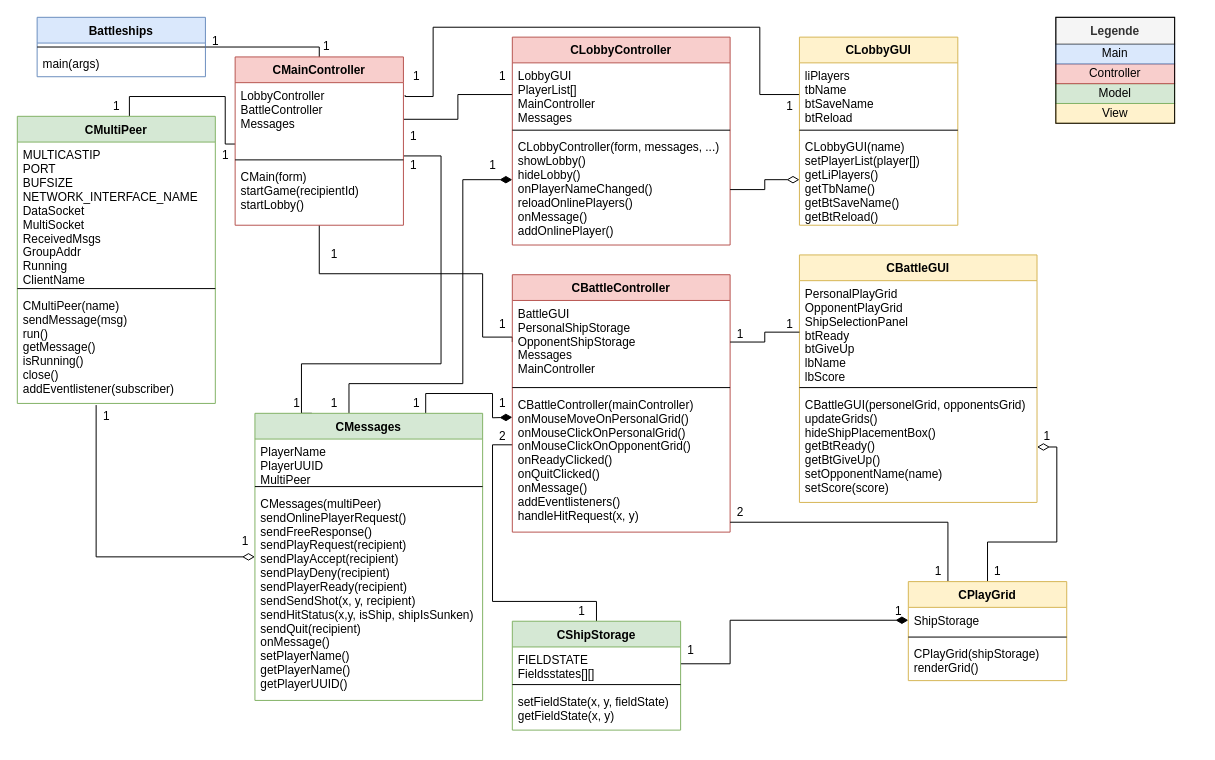
Earlier version of the draw.io diagram planning/Schiffeversenken-Klassendiagramm.drawio (AlexRomberg/Schiffeversenken). Source tidied: cells renumbered, new cells numbered last; positions are measured from the earlier drawing's top-left corner, leaving out a move shared by most shapes. Both pictures are drawn from the tidied source at 99%, with x=0, y=0 at pixel (17, 17).
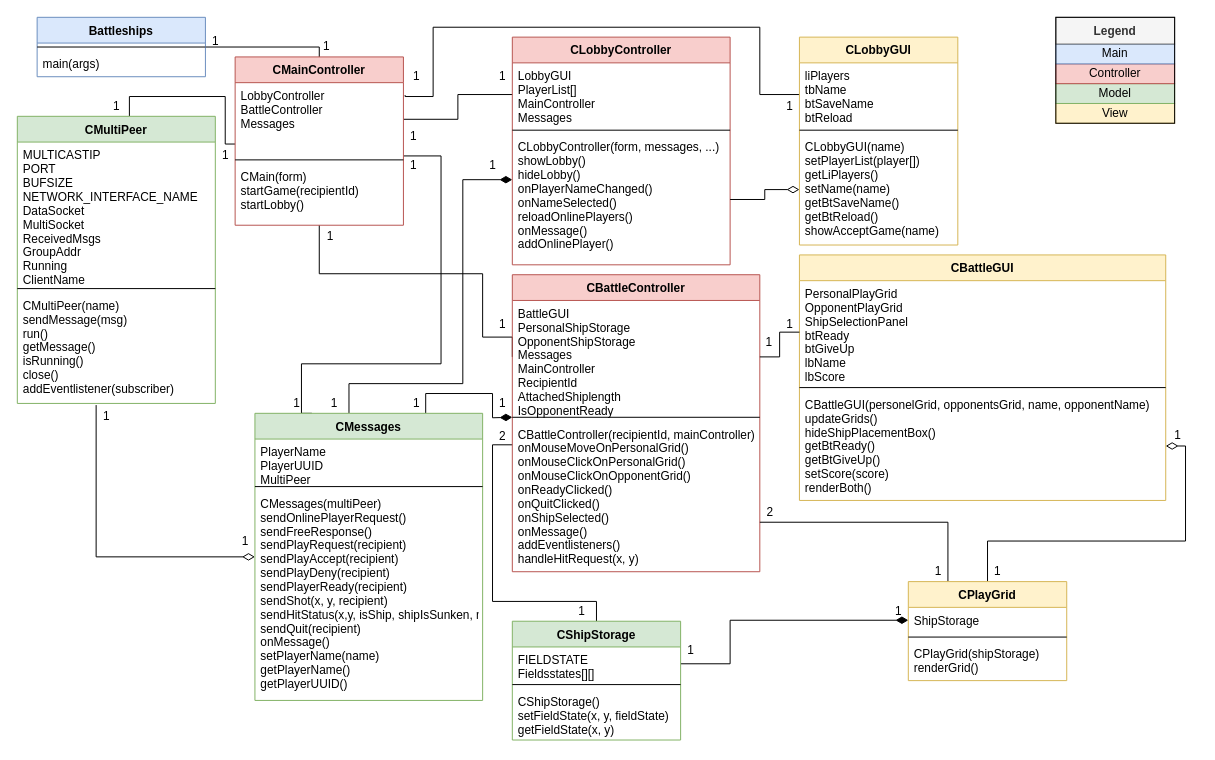
After the change.

Commit message (it also covers changes not shown here):
copleted sequece diagramm

Unchanged cells that the change refers to:
```xml
<mxCell id="52" value="CMessages" style="swimlane;fontStyle=1;align=center;verticalAlign=top;horizontal=1;startSize=26;fillColor=#d5e8d4;strokeColor=#82b366;" parent="1" vertex="1">
  <mxGeometry x="240" y="400" width="230" height="290" as="geometry" />
</mxCell>
```

The edit, as a diff of the source:
```diff
@@
     <mxCell id="25" value="1" style="text;html=1;align=center;verticalAlign=middle;" parent="1" vertex="1">
-      <mxGeometry x="310" y="230" width="20" height="20" as="geometry" />
+      <mxGeometry x="306" y="211" width="20" height="20" as="geometry" />
     </mxCell>
@@
     <mxCell id="36" value="CLobbyGUI" style="swimlane;fontStyle=1;align=center;verticalAlign=top;horizontal=1;startSize=26;fillColor=#fff2cc;strokeColor=#d6b656;" parent="1" vertex="1">
-      <mxGeometry x="790" y="20" width="160" height="190" as="geometry" />
+      <mxGeometry x="790" y="20" width="160" height="210" as="geometry" />
     </mxCell>
@@
-    <mxCell id="39" value="CLobbyGUI(name)&#10;setPlayerList(player[])&#10;getLiPlayers()&#10;getTbName()&#10;getBtSaveName()&#10;getBtReload()" style="text;strokeColor=none;fillColor=none;align=left;verticalAlign=top;spacingLeft=4;spacingRight=4;overflow=hidden;points=[[0,0.5],[1,0.5]];portConstraint=eastwest;" parent="36" vertex="1">
-      <mxGeometry y="98" width="160" height="92" as="geometry" />
+    <mxCell id="39" value="CLobbyGUI(name)&#10;setPlayerList(player[])&#10;getLiPlayers()&#10;setName(name)&#10;getBtSaveName()&#10;getBtReload()&#10;showAcceptGame(name)" style="text;strokeColor=none;fillColor=none;align=left;verticalAlign=top;spacingLeft=4;spacingRight=4;overflow=hidden;points=[[0,0.5],[1,0.5]];portConstraint=eastwest;" parent="36" vertex="1">
+      <mxGeometry y="98" width="160" height="112" as="geometry" />
     </mxCell>
     <mxCell id="40" value="CLobbyController" style="swimlane;fontStyle=1;align=center;verticalAlign=top;horizontal=1;startSize=26;fillColor=#f8cecc;strokeColor=#b85450;" parent="1" vertex="1">
-      <mxGeometry x="500" y="20" width="220" height="210" as="geometry" />
+      <mxGeometry x="500" y="20" width="220" height="230" as="geometry" />
     </mxCell>
@@
-    <mxCell id="43" value="CLobbyController(form, messages, ...)&#10;showLobby()&#10;hideLobby()&#10;onPlayerNameChanged()&#10;reloadOnlinePlayers()&#10;onMessage()&#10;addOnlinePlayer()" style="text;strokeColor=none;fillColor=none;align=left;verticalAlign=top;spacingLeft=4;spacingRight=4;overflow=hidden;points=[[0,0.5],[1,0.5]];portConstraint=eastwest;" parent="40" vertex="1">
-      <mxGeometry y="98" width="220" height="112" as="geometry" />
+    <mxCell id="43" value="CLobbyController(form, messages, ...)&#10;showLobby()&#10;hideLobby()&#10;onPlayerNameChanged()&#10;onNameSelected()&#10;reloadOnlinePlayers()&#10;onMessage()&#10;addOnlinePlayer()" style="text;strokeColor=none;fillColor=none;align=left;verticalAlign=top;spacingLeft=4;spacingRight=4;overflow=hidden;points=[[0,0.5],[1,0.5]];portConstraint=eastwest;" parent="40" vertex="1">
+      <mxGeometry y="98" width="220" height="132" as="geometry" />
     </mxCell>
     <mxCell id="44" value="CBattleController" style="swimlane;fontStyle=1;align=center;verticalAlign=top;horizontal=1;startSize=26;fillColor=#f8cecc;strokeColor=#b85450;" parent="1" vertex="1">
-      <mxGeometry x="500" y="260" width="220" height="260" as="geometry" />
+      <mxGeometry x="500" y="260" width="250" height="300" as="geometry" />
     </mxCell>
-    <mxCell id="45" value="BattleGUI&#10;PersonalShipStorage&#10;OpponentShipStorage&#10;Messages&#10;MainController" style="text;strokeColor=none;fillColor=none;align=left;verticalAlign=top;spacingLeft=4;spacingRight=4;overflow=hidden;points=[[0,0.5],[1,0.5]];portConstraint=eastwest;" parent="44" vertex="1">
-      <mxGeometry y="26" width="220" height="84" as="geometry" />
+    <mxCell id="45" value="BattleGUI&#10;PersonalShipStorage&#10;OpponentShipStorage&#10;Messages&#10;MainController&#10;RecipientId&#10;AttachedShiplength&#10;IsOpponentReady" style="text;strokeColor=none;fillColor=none;align=left;verticalAlign=top;spacingLeft=4;spacingRight=4;overflow=hidden;points=[[0,0.5],[1,0.5]];portConstraint=eastwest;" parent="44" vertex="1">
+      <mxGeometry y="26" width="250" height="114" as="geometry" />
     </mxCell>
     <mxCell id="46" style="line;strokeWidth=1;fillColor=none;align=left;verticalAlign=middle;spacingTop=-1;spacingLeft=3;spacingRight=3;labelPosition=right;" parent="44" vertex="1">
-      <mxGeometry y="110" width="220" height="8" as="geometry" />
+      <mxGeometry y="140" width="250" height="8" as="geometry" />
     </mxCell>
-    <mxCell id="47" value="CBattleController(mainController)&#10;onMouseMoveOnPersonalGrid()&#10;onMouseClickOnPersonalGrid()&#10;onMouseClickOnOpponentGrid()&#10;onReadyClicked()&#10;onQuitClicked()&#10;onMessage()&#10;addEventlisteners()&#10;handleHitRequest(x, y)" style="text;strokeColor=none;fillColor=none;align=left;verticalAlign=top;spacingLeft=4;spacingRight=4;overflow=hidden;points=[[0,0.5],[1,0.5]];portConstraint=eastwest;" parent="44" vertex="1">
-      <mxGeometry y="118" width="220" height="142" as="geometry" />
+    <mxCell id="47" value="CBattleController(recipientId, mainController)&#10;onMouseMoveOnPersonalGrid()&#10;onMouseClickOnPersonalGrid()&#10;onMouseClickOnOpponentGrid()&#10;onReadyClicked()&#10;onQuitClicked()&#10;onShipSelected()&#10;onMessage()&#10;addEventlisteners()&#10;handleHitRequest(x, y)" style="text;strokeColor=none;fillColor=none;align=left;verticalAlign=top;spacingLeft=4;spacingRight=4;overflow=hidden;points=[[0,0.5],[1,0.5]];portConstraint=eastwest;" parent="44" vertex="1">
+      <mxGeometry y="148" width="250" height="152" as="geometry" />
     </mxCell>
@@
-    <mxCell id="55" value="CMessages(multiPeer)&#10;sendOnlinePlayerRequest()&#10;sendFreeResponse()&#10;sendPlayRequest(recipient)&#10;sendPlayAccept(recipient)&#10;sendPlayDeny(recipient)&#10;sendPlayerReady(recipient)&#10;sendSendShot(x, y, recipient)&#10;sendHitStatus(x,y, isShip, shipIsSunken)&#10;sendQuit(recipient)&#10;onMessage()&#10;setPlayerName()&#10;getPlayerName()&#10;getPlayerUUID()" style="text;strokeColor=none;fillColor=none;align=left;verticalAlign=top;spacingLeft=4;spacingRight=4;overflow=hidden;" parent="52" vertex="1">
+    <mxCell id="55" value="CMessages(multiPeer)&#10;sendOnlinePlayerRequest()&#10;sendFreeResponse()&#10;sendPlayRequest(recipient)&#10;sendPlayAccept(recipient)&#10;sendPlayDeny(recipient)&#10;sendPlayerReady(recipient)&#10;sendShot(x, y, recipient)&#10;sendHitStatus(x,y, isShip, shipIsSunken, r)&#10;sendQuit(recipient)&#10;onMessage()&#10;setPlayerName(name)&#10;getPlayerName()&#10;getPlayerUUID()" style="text;strokeColor=none;fillColor=none;align=left;verticalAlign=top;spacingLeft=4;spacingRight=4;overflow=hidden;" parent="52" vertex="1">
       <mxGeometry y="78" width="230" height="212" as="geometry" />
     </mxCell>
     <mxCell id="56" value="CBattleGUI" style="swimlane;fontStyle=1;align=center;verticalAlign=top;horizontal=1;startSize=26;fillColor=#fff2cc;strokeColor=#d6b656;" parent="1" vertex="1">
-      <mxGeometry x="790" y="240" width="240" height="250" as="geometry" />
+      <mxGeometry x="790" y="240" width="370" height="248" as="geometry" />
     </mxCell>
     <mxCell id="57" value="PersonalPlayGrid&#10;OpponentPlayGrid&#10;ShipSelectionPanel&#10;btReady&#10;btGiveUp&#10;lbName&#10;lbScore" style="text;strokeColor=none;fillColor=none;align=left;verticalAlign=top;spacingLeft=4;spacingRight=4;overflow=hidden;points=[[0,0.5],[1,0.5]];portConstraint=eastwest;" parent="56" vertex="1">
-      <mxGeometry y="26" width="240" height="104" as="geometry" />
+      <mxGeometry y="26" width="370" height="104" as="geometry" />
     </mxCell>
     <mxCell id="58" style="line;strokeWidth=1;fillColor=none;align=left;verticalAlign=middle;spacingTop=-1;spacingLeft=3;spacingRight=3;labelPosition=right;" parent="56" vertex="1">
-      <mxGeometry y="130" width="240" height="8" as="geometry" />
+      <mxGeometry y="130" width="370" height="8" as="geometry" />
     </mxCell>
-    <mxCell id="59" value="CBattleGUI(personelGrid, opponentsGrid)&#10;updateGrids()&#10;hideShipPlacementBox()&#10;getBtReady()&#10;getBtGiveUp()&#10;setOpponentName(name)&#10;setScore(score)" style="text;strokeColor=none;fillColor=none;align=left;verticalAlign=top;spacingLeft=4;spacingRight=4;overflow=hidden;points=[[0,0.5],[1,0.5]];portConstraint=eastwest;" parent="56" vertex="1">
-      <mxGeometry y="138" width="240" height="112" as="geometry" />
+    <mxCell id="59" value="CBattleGUI(personelGrid, opponentsGrid, name, opponentName)&#10;updateGrids()&#10;hideShipPlacementBox()&#10;getBtReady()&#10;getBtGiveUp()&#10;setScore(score)&#10;renderBoth()" style="text;strokeColor=none;fillColor=none;align=left;verticalAlign=top;spacingLeft=4;spacingRight=4;overflow=hidden;points=[[0,0.5],[1,0.5]];portConstraint=eastwest;" parent="56" vertex="1">
+      <mxGeometry y="138" width="370" height="110" as="geometry" />
     </mxCell>
@@
-    <mxCell id="64" value="&lt;b&gt;Legende&lt;/b&gt;" style="rounded=0;whiteSpace=wrap;html=1;fillColor=#f5f5f5;strokeColor=#666666;fontColor=#333333;" parent="1" vertex="1">
+    <mxCell id="64" value="&lt;b&gt;Legend&lt;/b&gt;" style="rounded=0;whiteSpace=wrap;html=1;fillColor=#f5f5f5;strokeColor=#666666;fontColor=#333333;" parent="1" vertex="1">
       <mxGeometry x="1049" width="120" height="27" as="geometry" />
     </mxCell>
@@
     <mxCell id="70" value="CShipStorage" style="swimlane;fontStyle=1;align=center;verticalAlign=top;horizontal=1;startSize=26;fillColor=#d5e8d4;strokeColor=#82b366;" parent="1" vertex="1">
-      <mxGeometry x="500" y="610" width="170" height="110" as="geometry" />
+      <mxGeometry x="500" y="610" width="170" height="120" as="geometry" />
     </mxCell>
@@
-    <mxCell id="73" value="setFieldState(x, y, fieldState)&#10;getFieldState(x, y)" style="text;strokeColor=none;fillColor=none;align=left;verticalAlign=top;spacingLeft=4;spacingRight=4;overflow=hidden;" parent="70" vertex="1">
-      <mxGeometry y="68" width="170" height="42" as="geometry" />
+    <mxCell id="73" value="CShipStorage()&#10;setFieldState(x, y, fieldState)&#10;getFieldState(x, y)" style="text;strokeColor=none;fillColor=none;align=left;verticalAlign=top;spacingLeft=4;spacingRight=4;overflow=hidden;" parent="70" vertex="1">
+      <mxGeometry y="68" width="170" height="52" as="geometry" />
     </mxCell>
@@
     <mxCell id="79" value="2" style="text;html=1;align=center;verticalAlign=middle;" parent="1" vertex="1">
-      <mxGeometry x="720" y="490" width="20" height="20" as="geometry" />
+      <mxGeometry x="750" y="490" width="20" height="20" as="geometry" />
     </mxCell>
     <mxCell id="80" value="1" style="text;html=1;align=center;verticalAlign=middle;" parent="1" vertex="1">
-      <mxGeometry x="720" y="310" width="20" height="20" as="geometry" />
+      <mxGeometry x="749" y="318" width="20" height="20" as="geometry" />
     </mxCell>
@@
     <mxCell id="83" value="1" style="text;html=1;align=center;verticalAlign=middle;" parent="1" vertex="1">
-      <mxGeometry x="1030" y="413" width="20" height="20" as="geometry" />
+      <mxGeometry x="1162" y="412" width="20" height="20" as="geometry" />
     </mxCell>
```
